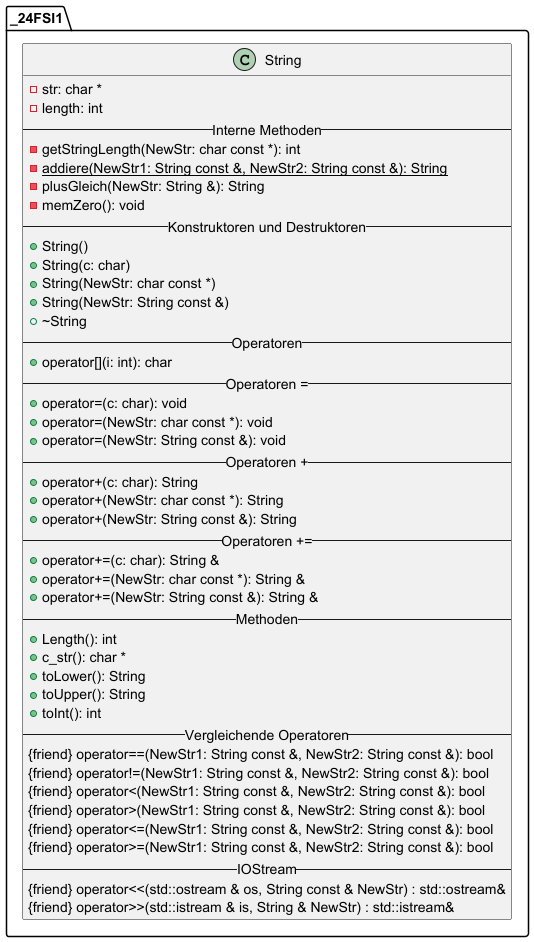
Before: Pics/StringUML.png, a diagram exported from PlantUML (CarosCave/EigeneStrings).
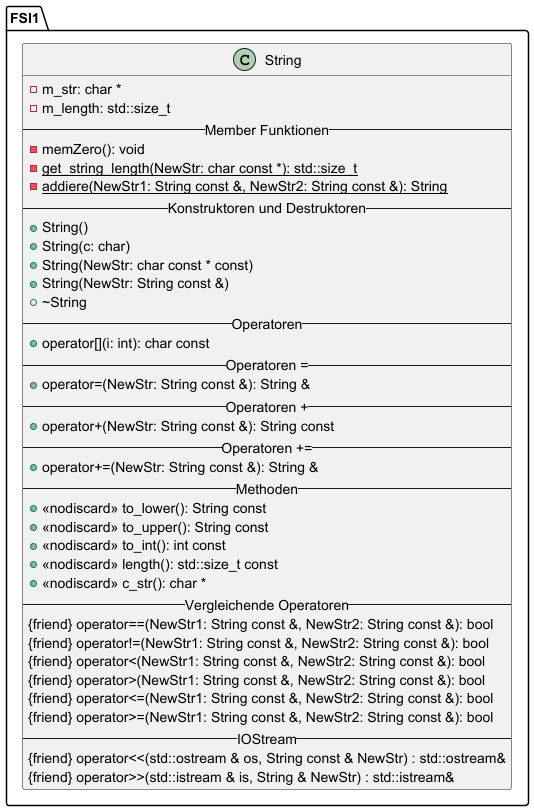
After the change.

Commit message:
Refactor String class and improve integer conversion handling

What changed in the source:
```diff
@@ -1,39 +1,32 @@
 @startuml
 set namespaceSeparator ::
-class _24FSI1::String {
--str: char *
--length: int
--- Interne Methoden --
--getStringLength(NewStr: char const *): int
+class FSI1::String {
+-m_str: char *
+-m_length: std::size_t
+-- Member Funktionen --
+-memZero(): void
+-{static}get_string_length(NewStr: char const *): std::size_t
 -{static}addiere(NewStr1: String const &, NewStr2: String const &): String
--plusGleich(NewStr: String &): String
--memZero(): void
 -- Konstruktoren und Destruktoren --
 +String()
 +String(c: char)
-+String(NewStr: char const *)
++String(NewStr: char const * const)
 +String(NewStr: String const &)
 +~String
 -- Operatoren --
-+operator[](i: int): char
++operator[](i: int): char const
 -- Operatoren = --
-+operator=(c: char): void
-+operator=(NewStr: char const *): void
-+operator=(NewStr: String const &): void
++operator=(NewStr: String const &): String &
 -- Operatoren + --
-+operator+(c: char): String
-+operator+(NewStr: char const *): String
-+operator+(NewStr: String const &): String
++operator+(NewStr: String const &): String const
 -- Operatoren += --
-+operator+=(c: char): String &
-+operator+=(NewStr: char const *): String &
 +operator+=(NewStr: String const &): String &
 -- Methoden --
-+Length(): int
-+c_str(): char *
-+toLower(): String
-+toUpper(): String
-+toInt(): int
++«nodiscard» to_lower(): String const
++«nodiscard» to_upper(): String const
++«nodiscard» to_int(): int const
++«nodiscard» length(): std::size_t const
++«nodiscard» c_str(): char *
 -- Vergleichende Operatoren --
 {friend} operator==(NewStr1: String const &, NewStr2: String const &): bool
 {friend} operator!=(NewStr1: String const &, NewStr2: String const &): bool
```
